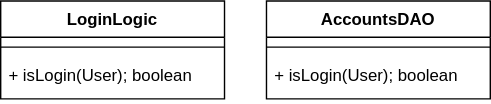
This is ソフトウェアエンジニアリング入門.UML.svg from ryoma-minamide/sampleRepo, a draw.io export, as it was before one commit. Source tidied: cells renumbered, new cells last; positions are measured from the earlier drawing's top-left corner, leaving out a move shared by most shapes.
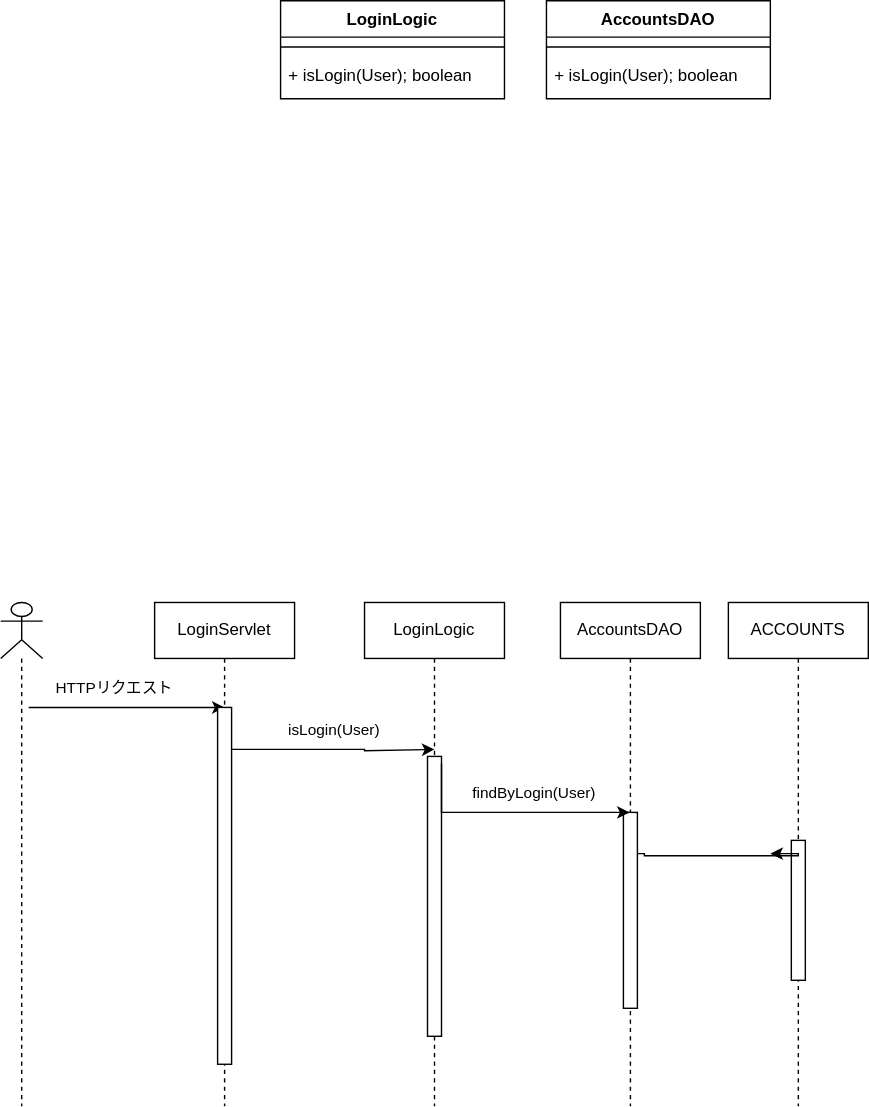
Above is the later version.

Commit message:
ソフトウェアエンジニアリング入門.UML.svg を更新します

Diff of the diagram source:
```diff
@@ -20,5 +20,81 @@
     <mxCell id="7" value="+ isLogin(User); boolean" style="text;strokeColor=none;fillColor=none;align=left;verticalAlign=top;spacingLeft=4;spacingRight=4;overflow=hidden;whiteSpace=wrap;html=1;" parent="5" vertex="1">
       <mxGeometry y="40" width="160" height="30" as="geometry" />
     </mxCell>
+    <mxCell id="8" style="shape=umlLifeline;perimeter=lifelinePerimeter;whiteSpace=wrap;html=1;newEdgeStyle={&quot;curved&quot;:0,&quot;rounded&quot;:0};participant=umlActor;" parent="1" vertex="1">
+      <mxGeometry x="-200" y="430" width="30" height="360" as="geometry" />
+    </mxCell>
+    <mxCell id="9" style="edgeStyle=orthogonalEdgeStyle;rounded=0;orthogonalLoop=1;jettySize=auto;html=1;curved=0;exitX=1;exitY=0;exitDx=0;exitDy=5;exitPerimeter=0;" parent="8" edge="1">
+      <mxGeometry relative="1" as="geometry">
+        <mxPoint x="20" y="75" as="sourcePoint" />
+        <mxPoint x="160" y="75" as="targetPoint" />
+      </mxGeometry>
+    </mxCell>
+    <mxCell id="10" value="HTTPリクエスト" style="edgeLabel;html=1;align=center;verticalAlign=middle;" parent="9" vertex="1">
+      <mxGeometry x="-0.27" y="2" relative="1" as="geometry">
+        <mxPoint x="9" y="-13" as="offset" />
+      </mxGeometry>
+    </mxCell>
+    <mxCell id="11" value="LoginServlet" style="shape=umlLifeline;perimeter=lifelinePerimeter;whiteSpace=wrap;html=1;outlineConnect=0;portConstraint=eastwest;newEdgeStyle={&quot;curved&quot;:0,&quot;rounded&quot;:0};" parent="1" vertex="1">
+      <mxGeometry x="-90" y="430" width="100" height="360" as="geometry" />
+    </mxCell>
+    <mxCell id="12" style="edgeStyle=orthogonalEdgeStyle;rounded=0;jettySize=auto;html=1;curved=0;" parent="11" edge="1" source="11">
+      <mxGeometry relative="1" as="geometry">
+        <mxPoint x="200" y="105" as="targetPoint" />
+        <Array as="points">
+          <mxPoint x="150" y="105" />
+          <mxPoint x="150" y="106" />
+        </Array>
+      </mxGeometry>
+    </mxCell>
+    <mxCell id="13" value="isLogin(User)" style="edgeLabel;html=1;align=center;verticalAlign=middle;" parent="12" vertex="1">
+      <mxGeometry x="-0.15" y="3" relative="1" as="geometry">
+        <mxPoint x="13" y="-12" as="offset" />
+      </mxGeometry>
+    </mxCell>
+    <mxCell id="14" style="html=1;perimeter=orthogonalPerimeter;targetShapes=umlLifeline;newEdgeStyle={&quot;curved&quot;:0,&quot;rounded&quot;:0};" parent="11" vertex="1">
+      <mxGeometry x="45" y="75" width="10" height="255" as="geometry" />
+    </mxCell>
+    <mxCell id="15" value="LoginLogic" style="shape=umlLifeline;perimeter=lifelinePerimeter;whiteSpace=wrap;html=1;newEdgeStyle={&quot;curved&quot;:0,&quot;rounded&quot;:0};" parent="1" vertex="1">
+      <mxGeometry x="60" y="430" width="100" height="360" as="geometry" />
+    </mxCell>
+    <mxCell id="16" style="html=1;points=[[0,0,0,0,5],[0,1,0,0,-5],[1,0,0,0,5],[1,1,0,0,-5]];perimeter=orthogonalPerimeter;outlineConnect=0;targetShapes=umlLifeline;portConstraint=eastwest;newEdgeStyle={&quot;curved&quot;:0,&quot;rounded&quot;:0};" parent="15" vertex="1">
+      <mxGeometry x="45" y="110" width="10" height="200" as="geometry" />
+    </mxCell>
+    <mxCell id="17" value="AccountsDAO" style="shape=umlLifeline;perimeter=lifelinePerimeter;whiteSpace=wrap;html=1;outlineConnect=0;portConstraint=eastwest;newEdgeStyle={&quot;curved&quot;:0,&quot;rounded&quot;:0};" parent="1" vertex="1">
+      <mxGeometry x="200" y="430" width="100" height="360" as="geometry" />
+    </mxCell>
+    <mxCell id="18" style="html=1;perimeter=orthogonalPerimeter;targetShapes=umlLifeline;newEdgeStyle={&quot;curved&quot;:0,&quot;rounded&quot;:0};" parent="17" vertex="1">
+      <mxGeometry x="45" y="150" width="10" height="140" as="geometry" />
+    </mxCell>
+    <mxCell id="19" style="edgeStyle=orthogonalEdgeStyle;rounded=0;jettySize=auto;html=1;curved=0;exitX=1;exitY=0;exitDx=0;exitDy=5;exitPerimeter=0;" parent="1" edge="1" source="16" target="17">
+      <mxGeometry relative="1" as="geometry">
+        <Array as="points">
+          <mxPoint x="115" y="580" />
+        </Array>
+      </mxGeometry>
+    </mxCell>
+    <mxCell id="20" value="findByLogin(User)" style="edgeLabel;html=1;align=center;verticalAlign=middle;" parent="19" vertex="1">
+      <mxGeometry x="-0.22" y="4" relative="1" as="geometry">
+        <mxPoint x="34" y="-11" as="offset" />
+      </mxGeometry>
+    </mxCell>
+    <mxCell id="21" value="ACCOUNTS" style="shape=umlLifeline;perimeter=lifelinePerimeter;whiteSpace=wrap;html=1;newEdgeStyle={&quot;curved&quot;:0,&quot;rounded&quot;:0};" parent="1" vertex="1">
+      <mxGeometry x="320" y="430" width="100" height="360" as="geometry" />
+    </mxCell>
+    <mxCell id="22" style="html=1;perimeter=orthogonalPerimeter;targetShapes=umlLifeline;newEdgeStyle={&quot;curved&quot;:0,&quot;rounded&quot;:0};" parent="21" vertex="1">
+      <mxGeometry x="45" y="170" width="10" height="100" as="geometry" />
+    </mxCell>
+    <mxCell id="23" style="edgeStyle=orthogonalEdgeStyle;rounded=0;orthogonalLoop=1;jettySize=auto;html=1;curved=0;exitX=1;exitY=0;exitDx=0;exitDy=5;exitPerimeter=0;" parent="1" edge="1">
+      <mxGeometry relative="1" as="geometry">
+        <mxPoint x="255" y="609.5" as="sourcePoint" />
+        <mxPoint x="350" y="609.5" as="targetPoint" />
+        <Array as="points">
+          <mxPoint x="260" y="610" />
+          <mxPoint x="260" y="611" />
+          <mxPoint x="370" y="611" />
+          <mxPoint x="370" y="610" />
+        </Array>
+      </mxGeometry>
+    </mxCell>
   </root>
 </mxGraphModel>
```
